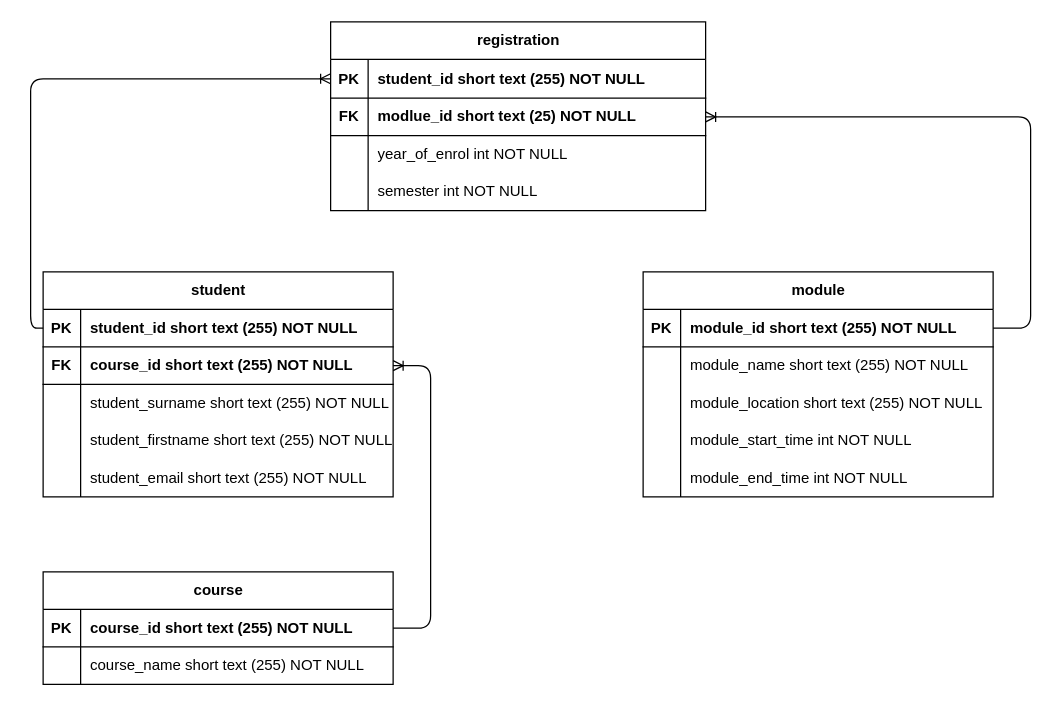
Above: Database_Technologies_EC149762_015/Week_01/week_01_database_sketch.drawio in gurgeasson/Challenges (draw.io), before the change. Source tidied: cells renumbered, new cells numbered last; positions are measured from the earlier drawing's top-left corner, leaving out a move shared by most shapes. Both pictures are drawn from the tidied source at 125%, with x=0, y=0 at pixel (42, 21).
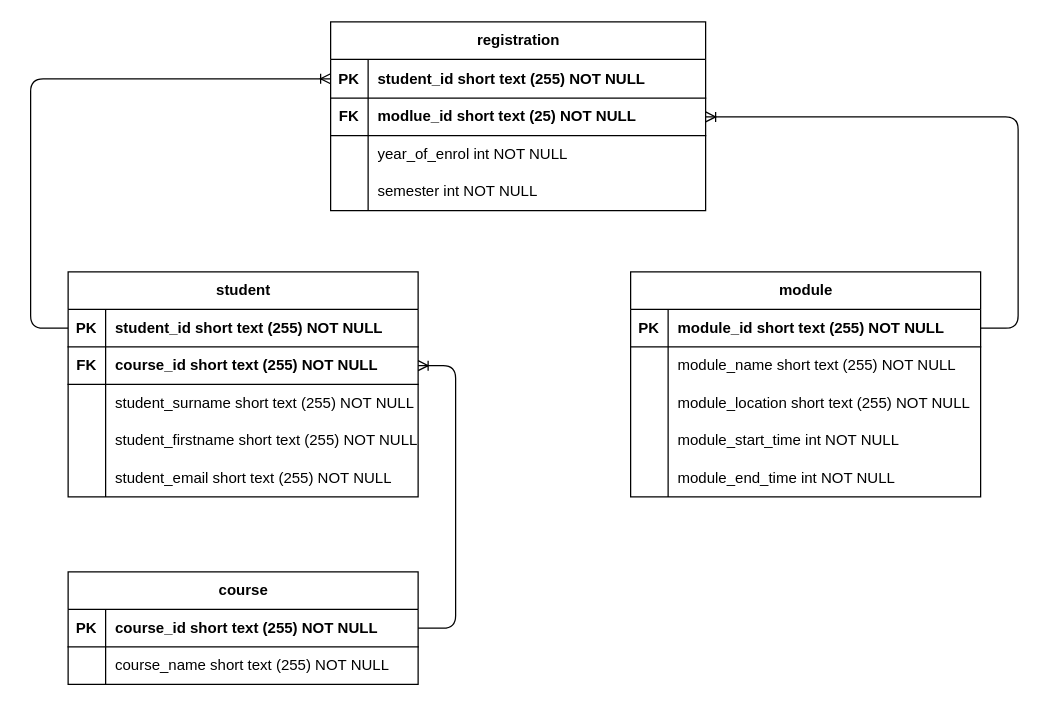
After the change.

Unchanged cells that the change refers to:
```xml
<mxCell id="3" style="shape=tableRow;horizontal=0;startSize=0;swimlaneHead=0;swimlaneBody=0;fillColor=none;points=[[0,0.5],[1,0.5]];portConstraint=eastwest;top=0;left=0;right=0;bottom=1;" parent="2" vertex="1">
  <mxGeometry y="30" width="300" height="31" as="geometry" />
</mxCell>
<mxCell id="6" style="shape=tableRow;horizontal=0;startSize=0;swimlaneHead=0;swimlaneBody=0;fillColor=none;points=[[0,0.5],[1,0.5]];portConstraint=eastwest;top=0;left=0;right=0;bottom=1;" parent="2" vertex="1">
  <mxGeometry y="61" width="300" height="30" as="geometry" />
</mxCell>
<mxCell id="16" style="shape=tableRow;horizontal=0;startSize=0;swimlaneHead=0;swimlaneBody=0;fillColor=none;points=[[0,0.5],[1,0.5]];portConstraint=eastwest;top=0;left=0;right=0;bottom=1;" parent="15" vertex="1">
  <mxGeometry y="30" width="280" height="30" as="geometry" />
</mxCell>
<mxCell id="32" style="shape=tableRow;horizontal=0;startSize=0;swimlaneHead=0;swimlaneBody=0;fillColor=none;points=[[0,0.5],[1,0.5]];portConstraint=eastwest;top=0;left=0;right=0;bottom=1;" parent="31" vertex="1">
  <mxGeometry y="30" width="280" height="30" as="geometry" />
</mxCell>
<mxCell id="35" style="shape=tableRow;horizontal=0;startSize=0;swimlaneHead=0;swimlaneBody=0;fillColor=none;points=[[0,0.5],[1,0.5]];portConstraint=eastwest;top=0;left=0;right=0;bottom=1;" parent="31" vertex="1">
  <mxGeometry y="60" width="280" height="30" as="geometry" />
</mxCell>
<mxCell id="48" style="shape=tableRow;horizontal=0;startSize=0;swimlaneHead=0;swimlaneBody=0;fillColor=none;points=[[0,0.5],[1,0.5]];portConstraint=eastwest;top=0;left=0;right=0;bottom=1;" parent="47" vertex="1">
  <mxGeometry y="30" width="280" height="30" as="geometry" />
</mxCell>
```

Diff of the diagram source:
```diff
@@
     <mxCell id="15" value="module" style="shape=table;startSize=30;childLayout=tableLayout;rowLines=0;fontStyle=1;align=center;html=1;" parent="1" vertex="1">
-      <mxGeometry x="480" y="200" width="280" height="180" as="geometry" />
+      <mxGeometry x="470" y="200" width="280" height="180" as="geometry" />
     </mxCell>
@@
     <mxCell id="31" value="student" style="shape=table;startSize=30;childLayout=tableLayout;rowLines=0;fontStyle=1;align=center;html=1;" parent="1" vertex="1">
-      <mxGeometry y="200" width="280" height="180" as="geometry" />
+      <mxGeometry x="20" y="200" width="280" height="180" as="geometry" />
     </mxCell>
@@
     <mxCell id="47" value="course" style="shape=table;startSize=30;childLayout=tableLayout;rowLines=0;fontStyle=1;align=center;html=1;" parent="1" vertex="1">
-      <mxGeometry y="440" width="280" height="90" as="geometry" />
+      <mxGeometry x="20" y="440" width="280" height="90" as="geometry" />
     </mxCell>
@@
     <mxCell id="54" style="edgeStyle=orthogonalEdgeStyle;fontSize=12;html=1;endArrow=ERoneToMany;rounded=1;exitX=0;exitY=0.5;exitDx=0;exitDy=0;entryX=0;entryY=0.5;entryDx=0;entryDy=0;" parent="1" edge="1" source="32" target="3">
-      <mxGeometry relative="1" as="geometry" />
+      <mxGeometry relative="1" as="geometry">
+        <Array as="points">
+          <mxPoint x="-10" y="245" />
+          <mxPoint x="-10" y="46" />
+        </Array>
+      </mxGeometry>
     </mxCell>
-    <mxCell id="55" style="edgeStyle=entityRelationEdgeStyle;fontSize=12;html=1;endArrow=ERoneToMany;exitX=1;exitY=0.5;exitDx=0;exitDy=0;entryX=1;entryY=0.5;entryDx=0;entryDy=0;rounded=1;" parent="1" edge="1" source="48" target="35">
-      <mxGeometry relative="1" as="geometry" />
+    <mxCell id="55" style="edgeStyle=orthogonalEdgeStyle;fontSize=12;html=1;endArrow=ERoneToMany;exitX=1;exitY=0.5;exitDx=0;exitDy=0;entryX=1;entryY=0.5;entryDx=0;entryDy=0;rounded=1;" parent="1" edge="1" source="48" target="35">
+      <mxGeometry relative="1" as="geometry">
+        <Array as="points">
+          <mxPoint x="330" y="485" />
+          <mxPoint x="330" y="275" />
+        </Array>
+      </mxGeometry>
     </mxCell>
-    <mxCell id="56" style="edgeStyle=entityRelationEdgeStyle;fontSize=12;html=1;endArrow=ERoneToMany;rounded=1;entryX=1;entryY=0.5;entryDx=0;entryDy=0;" parent="1" edge="1" source="16" target="6">
-      <mxGeometry relative="1" as="geometry" />
+    <mxCell id="56" style="edgeStyle=orthogonalEdgeStyle;fontSize=12;html=1;endArrow=ERoneToMany;rounded=1;entryX=1;entryY=0.5;entryDx=0;entryDy=0;" parent="1" edge="1" source="16" target="6">
+      <mxGeometry relative="1" as="geometry">
+        <Array as="points">
+          <mxPoint x="780" y="245" />
+          <mxPoint x="780" y="76" />
+        </Array>
+      </mxGeometry>
     </mxCell>
```
